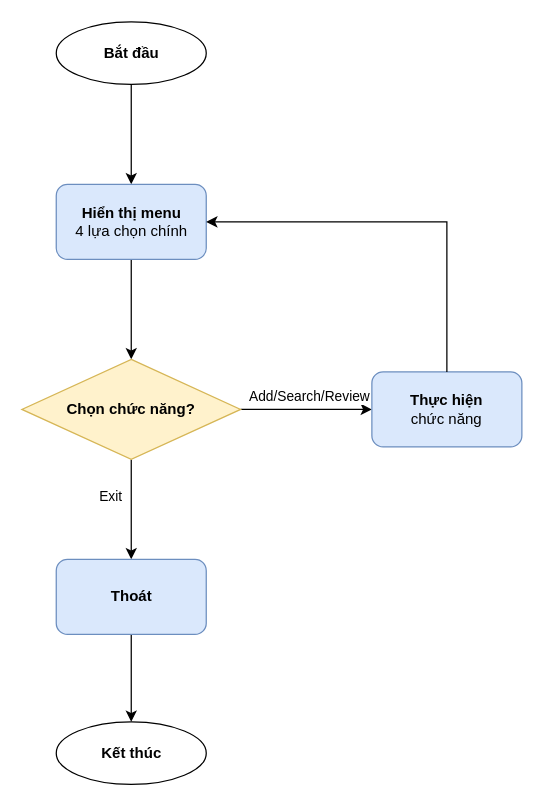
Before: docs/lab2_flowcharts/Works/Flashcard_Overview_Flowchart.drawio in i-dan-d/flashcard-prf193, a draw.io diagram. Source tidied: cells renumbered, new cells numbered last; positions are measured from the earlier drawing's top-left corner, leaving out a move shared by most shapes. Both pictures are drawn from the tidied source at 125%, with x=0, y=0 at pixel (21, 21).
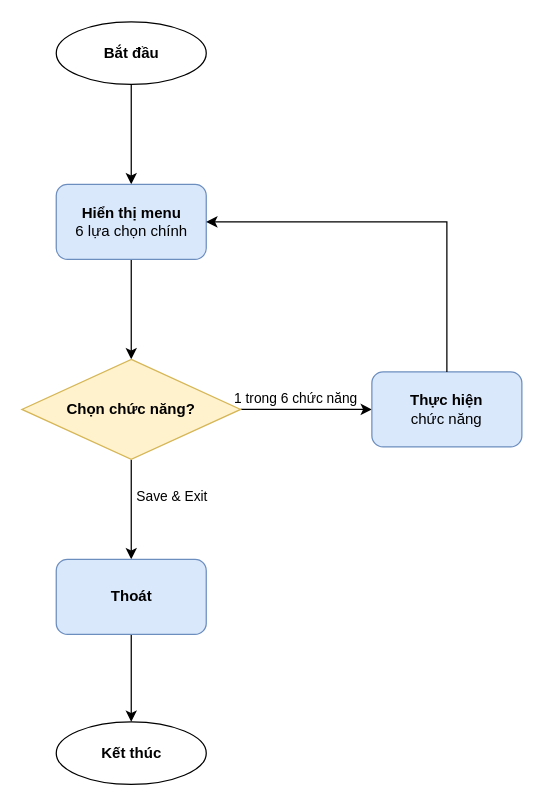
The same page after the edit.

Change to the diagram source:
```diff
@@
 <mxGraphModel>
   <root>
     <mxCell id="0" />
     <mxCell id="1" parent="0" />
     <mxCell id="2" style="edgeStyle=orthogonalEdgeStyle;rounded=0;jettySize=auto;html=1;" parent="1" edge="1" source="3" target="5">
       <mxGeometry relative="1" as="geometry" />
     </mxCell>
     <mxCell id="3" value="Bắt đầu" style="ellipse;whiteSpace=wrap;html=1;shapeInside=1;fontStyle=1;" parent="1" vertex="1">
       <mxGeometry x="27.5" width="120" height="50" as="geometry" />
     </mxCell>
     <mxCell id="4" style="edgeStyle=orthogonalEdgeStyle;rounded=0;jettySize=auto;html=1;" parent="1" edge="1" source="5" target="8">
       <mxGeometry relative="1" as="geometry" />
     </mxCell>
-    <mxCell id="5" value="&lt;b&gt;Hiển thị menu&lt;/b&gt;&lt;br&gt;4 lựa chọn chính" style="rounded=1;whiteSpace=wrap;html=1;fillColor=#dae8fc;strokeColor=#6c8ebf;" parent="1" vertex="1">
+    <mxCell id="5" value="&lt;b&gt;Hiển thị menu&lt;/b&gt;&lt;br&gt;6 lựa chọn chính" style="rounded=1;whiteSpace=wrap;html=1;fillColor=#dae8fc;strokeColor=#6c8ebf;" parent="1" vertex="1">
       <mxGeometry x="27.5" y="130" width="120" height="60" as="geometry" />
     </mxCell>
-    <mxCell id="6" value="Add/Search/Review" style="edgeStyle=orthogonalEdgeStyle;rounded=0;jettySize=auto;html=1;" parent="1" edge="1" source="8" target="9">
-      <mxGeometry x="0.04" y="10" relative="1" as="geometry" />
+    <mxCell id="6" style="edgeStyle=orthogonalEdgeStyle;rounded=0;jettySize=auto;html=1;" parent="1" edge="1" source="8" target="9">
+      <mxGeometry x="0.05" y="10" relative="1" as="geometry" />
     </mxCell>
+    <mxCell id="14" value="1 trong 6 chức năng" style="edgeLabel;html=1;align=center;verticalAlign=middle;inheritText=1;" parent="6" vertex="1">
+      <mxGeometry x="-0.18" y="-1" relative="1" as="geometry">
+        <mxPoint y="-11" as="offset" />
+      </mxGeometry>
+    </mxCell>
-    <mxCell id="7" value="Exit" style="edgeStyle=orthogonalEdgeStyle;rounded=0;jettySize=auto;html=1;" parent="1" edge="1" source="8" target="11">
-      <mxGeometry x="-0.25" y="-17" relative="1" as="geometry" />
+    <mxCell id="7" value="Save &amp;amp; Exit" style="edgeStyle=orthogonalEdgeStyle;rounded=0;jettySize=auto;html=1;" parent="1" edge="1" source="8" target="11">
+      <mxGeometry x="-0.25" y="32" relative="1" as="geometry" />
     </mxCell>
     <mxCell id="8" value="Chọn chức năng?" style="rhombus;whiteSpace=wrap;html=1;shapeInside=1;fontStyle=1;fillColor=#fff2cc;strokeColor=#d6b656;" parent="1" vertex="1">
       <mxGeometry y="270" width="175" height="80" as="geometry" />
     </mxCell>
     <mxCell id="9" value="&lt;b&gt;Thực hiện&lt;/b&gt;&lt;br&gt;chức năng" style="rounded=1;whiteSpace=wrap;html=1;fillColor=#dae8fc;strokeColor=#6c8ebf;" parent="1" vertex="1">
       <mxGeometry x="280" y="280" width="120" height="60" as="geometry" />
     </mxCell>
     <mxCell id="10" style="edgeStyle=orthogonalEdgeStyle;rounded=0;jettySize=auto;html=1;" parent="1" edge="1" source="11" target="12">
       <mxGeometry relative="1" as="geometry" />
     </mxCell>
     <mxCell id="11" value="&lt;b&gt;Thoát&lt;/b&gt;" style="rounded=1;whiteSpace=wrap;html=1;fillColor=#dae8fc;strokeColor=#6c8ebf;" parent="1" vertex="1">
       <mxGeometry x="27.5" y="430" width="120" height="60" as="geometry" />
     </mxCell>
     <mxCell id="12" value="Kết thúc" style="ellipse;whiteSpace=wrap;html=1;shapeInside=1;fontStyle=1;" parent="1" vertex="1">
       <mxGeometry x="27.5" y="560" width="120" height="50" as="geometry" />
     </mxCell>
     <mxCell id="13" style="edgeStyle=none;jettySize=auto;html=1;rounded=0;exitX=0.5;exitY=0;exitDx=0;exitDy=0;entryX=1;entryY=0.5;entryDx=0;entryDy=0;" parent="1" edge="1" source="9" target="5">
       <mxGeometry relative="1" as="geometry">
         <Array as="points">
           <mxPoint x="340" y="160" />
         </Array>
       </mxGeometry>
     </mxCell>
   </root>
 </mxGraphModel>
```
